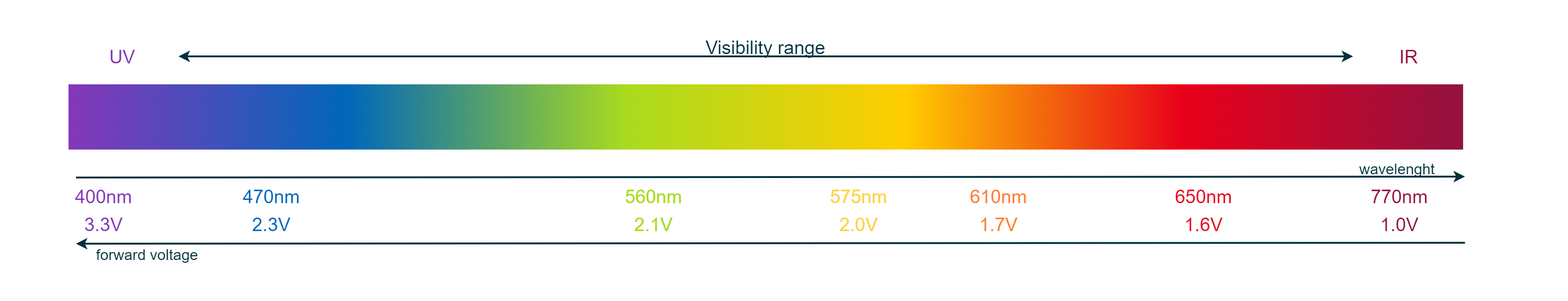
PLAY-Embedded/pe_assets keeps this draw.io diagram as draw.io/PE Articles/General knowledge/Fundamentals/A complete overview of LEDs/Wavelenght and color (PE).png. Above is the earlier version. Source tidied: cells renumbered, new cells last; positions are measured from the earlier drawing's top-left corner, leaving out a move shared by most shapes.
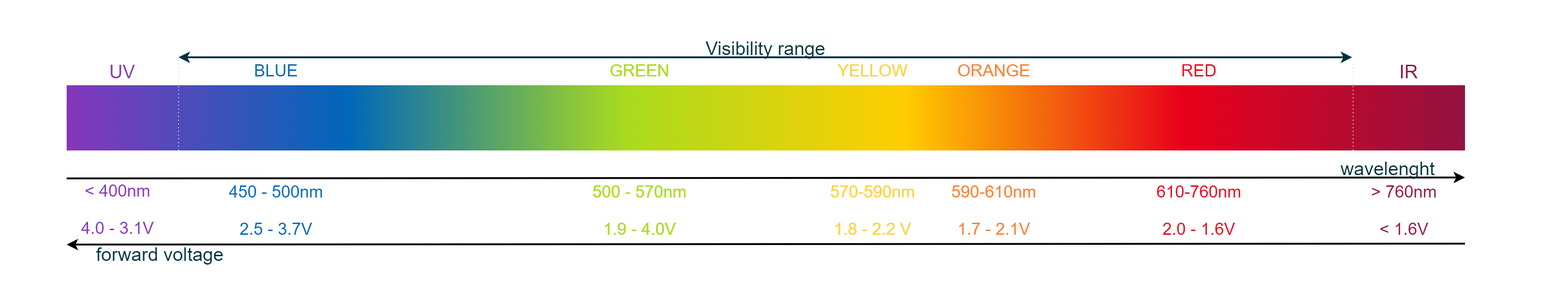
The same diagram one commit later.

Diff of the diagram source:
```diff
@@ -6,52 +6,55 @@
       <mxGeometry width="1680" height="320" as="geometry" />
     </mxCell>
     <mxCell id="3" value="&lt;font color=&quot;#8637ba&quot;&gt;UV&lt;/font&gt;" style="rounded=0;whiteSpace=wrap;html=1;strokeColor=none;strokeWidth=2;fontFamily=Arial;fontSize=20;fontColor=#101820;fillColor=none;" parent="1" vertex="1">
-      <mxGeometry x="70" y="40" width="120" height="40" as="geometry" />
+      <mxGeometry x="70" y="60" width="120" height="30" as="geometry" />
     </mxCell>
     <mxCell id="4" value="&lt;font color=&quot;#931241&quot;&gt;IR&lt;/font&gt;" style="rounded=0;whiteSpace=wrap;html=1;strokeColor=none;strokeWidth=2;fontFamily=Arial;fontSize=20;fontColor=#101820;fillColor=none;" parent="1" vertex="1">
-      <mxGeometry x="1450" y="40" width="120" height="40" as="geometry" />
+      <mxGeometry x="1450" y="60" width="120" height="30" as="geometry" />
     </mxCell>
-    <mxCell id="5" style="endArrow=classic;startArrow=classic;html=1;rounded=0;strokeColor=#00313C;strokeWidth=2;fontFamily=Arial;fontSize=20;fontColor=#101820;fillColor=#00313C;entryX=0;entryY=0.5;entryDx=0;entryDy=0;exitX=1;exitY=0.5;exitDx=0;exitDy=0;" parent="1" edge="1" source="3" target="4">
-      <mxGeometry relative="1" as="geometry" />
+    <mxCell id="5" style="endArrow=classic;startArrow=classic;html=1;rounded=0;strokeColor=#00313C;strokeWidth=2;fontFamily=Arial;fontSize=20;fontColor=#101820;fillColor=#00313C;" parent="1" edge="1">
+      <mxGeometry relative="1" as="geometry">
+        <mxPoint x="190" y="60" as="sourcePoint" />
+        <mxPoint x="1449" y="60" as="targetPoint" />
+      </mxGeometry>
     </mxCell>
     <mxCell id="6" value="Visibility range" style="rounded=0;whiteSpace=wrap;html=1;strokeColor=none;strokeWidth=2;fontFamily=Arial;fontSize=20;fontColor=#00313C;fillColor=none;" parent="1" vertex="1">
       <mxGeometry x="190" y="40" width="1260" height="20" as="geometry" />
     </mxCell>
-    <mxCell id="7" value="&lt;font color=&quot;#931241&quot;&gt;770nm&lt;/font&gt;" style="rounded=0;whiteSpace=wrap;html=1;strokeColor=none;strokeWidth=2;fontFamily=Arial;fontSize=20;fontColor=#101820;fillColor=none;" parent="1" vertex="1">
-      <mxGeometry x="1460" y="190" width="80" height="40" as="geometry" />
+    <mxCell id="7" value="&lt;font color=&quot;#931241&quot; style=&quot;font-size: 18px;&quot;&gt;&amp;gt; 760nm&lt;/font&gt;" style="rounded=0;whiteSpace=wrap;html=1;strokeColor=none;strokeWidth=2;fontFamily=Arial;fontSize=18;fontColor=#101820;fillColor=none;" parent="1" vertex="1">
+      <mxGeometry x="1450" y="190" width="110" height="30" as="geometry" />
     </mxCell>
     <mxCell id="8" style="endArrow=none;dashed=1;html=1;strokeWidth=2;rounded=0;strokeColor=#FFFFFF;fontFamily=Arial;fontSize=20;fontColor=#101820;fillColor=none;exitX=0.5;exitY=0;exitDx=0;exitDy=0;" parent="1" edge="1" source="9">
       <mxGeometry relative="1" as="geometry">
         <mxPoint x="110" y="95" as="targetPoint" />
       </mxGeometry>
     </mxCell>
-    <mxCell id="9" value="&lt;font color=&quot;#8637ba&quot;&gt;400nm&lt;/font&gt;" style="rounded=0;whiteSpace=wrap;html=1;strokeColor=none;strokeWidth=2;fontFamily=Arial;fontSize=20;fontColor=#101820;fillColor=none;" parent="1" vertex="1">
-      <mxGeometry x="70" y="190" width="80" height="40" as="geometry" />
+    <mxCell id="9" value="&lt;font color=&quot;#8637ba&quot; style=&quot;font-size: 18px;&quot;&gt;&amp;lt; 400nm&lt;/font&gt;" style="rounded=0;whiteSpace=wrap;html=1;strokeColor=none;strokeWidth=2;fontFamily=Arial;fontSize=18;fontColor=#101820;fillColor=none;" parent="1" vertex="1">
+      <mxGeometry x="70" y="189" width="110" height="30" as="geometry" />
     </mxCell>
     <mxCell id="10" style="endArrow=none;dashed=1;html=1;strokeWidth=2;rounded=0;strokeColor=#FFFFFF;fontFamily=Arial;fontSize=20;fontColor=#101820;fillColor=none;exitX=0.5;exitY=0;exitDx=0;exitDy=0;" parent="1" edge="1" source="11">
       <mxGeometry relative="1" as="geometry">
         <mxPoint x="290" y="95" as="targetPoint" />
       </mxGeometry>
     </mxCell>
-    <mxCell id="11" value="&lt;font color=&quot;#0067b9&quot;&gt;470nm&lt;/font&gt;" style="rounded=0;whiteSpace=wrap;html=1;strokeColor=none;strokeWidth=2;fontFamily=Arial;fontSize=20;fontColor=#101820;fillColor=none;" parent="1" vertex="1">
-      <mxGeometry x="250" y="190" width="80" height="40" as="geometry" />
+    <mxCell id="11" value="&lt;font color=&quot;#0067b9&quot; style=&quot;font-size: 18px;&quot;&gt;450 - 500nm&lt;/font&gt;" style="rounded=0;whiteSpace=wrap;html=1;strokeColor=none;strokeWidth=2;fontFamily=Arial;fontSize=18;fontColor=#101820;fillColor=none;" parent="1" vertex="1">
+      <mxGeometry x="240" y="190" width="110" height="30" as="geometry" />
     </mxCell>
     <mxCell id="12" style="endArrow=none;dashed=1;html=1;strokeWidth=2;rounded=0;strokeColor=#FFFFFF;fontFamily=Arial;fontSize=20;fontColor=#101820;fillColor=none;exitX=0.5;exitY=0;exitDx=0;exitDy=0;" parent="1" edge="1" source="13">
       <mxGeometry relative="1" as="geometry">
         <mxPoint x="700" y="95" as="targetPoint" />
       </mxGeometry>
     </mxCell>
-    <mxCell id="13" value="&lt;font color=&quot;#aadb1e&quot;&gt;560nm&lt;/font&gt;" style="rounded=0;whiteSpace=wrap;html=1;strokeColor=none;strokeWidth=2;fontFamily=Arial;fontSize=20;fontColor=#101820;fillColor=none;" parent="1" vertex="1">
-      <mxGeometry x="660" y="190" width="80" height="40" as="geometry" />
+    <mxCell id="13" value="&lt;font color=&quot;#aadb1e&quot; style=&quot;font-size: 18px;&quot;&gt;500 - 570nm&lt;/font&gt;" style="rounded=0;whiteSpace=wrap;html=1;strokeColor=none;strokeWidth=2;fontFamily=Arial;fontSize=18;fontColor=#101820;fillColor=none;" parent="1" vertex="1">
+      <mxGeometry x="630" y="190" width="110" height="30" as="geometry" />
     </mxCell>
-    <mxCell id="14" value="&lt;font color=&quot;#fed141&quot;&gt;575nm&lt;/font&gt;" style="rounded=0;whiteSpace=wrap;html=1;strokeColor=none;strokeWidth=2;fontFamily=Arial;fontSize=20;fontColor=#101820;fillColor=none;" parent="1" vertex="1">
-      <mxGeometry x="880" y="190" width="80" height="40" as="geometry" />
+    <mxCell id="14" value="&lt;font color=&quot;#fed141&quot; style=&quot;font-size: 18px;&quot;&gt;570-590nm&lt;/font&gt;" style="rounded=0;whiteSpace=wrap;html=1;strokeColor=none;strokeWidth=2;fontFamily=Arial;fontSize=18;fontColor=#101820;fillColor=none;" parent="1" vertex="1">
+      <mxGeometry x="880" y="190" width="110" height="30" as="geometry" />
     </mxCell>
-    <mxCell id="15" value="&lt;font color=&quot;#ff7f32&quot;&gt;610nm&lt;/font&gt;" style="rounded=0;whiteSpace=wrap;html=1;strokeColor=none;strokeWidth=2;fontFamily=Arial;fontSize=20;fontColor=#101820;fillColor=none;" parent="1" vertex="1">
-      <mxGeometry x="1030" y="190" width="80" height="40" as="geometry" />
+    <mxCell id="15" value="&lt;font color=&quot;#ff7f32&quot; style=&quot;font-size: 18px;&quot;&gt;590-610nm&lt;/font&gt;" style="rounded=0;whiteSpace=wrap;html=1;strokeColor=none;strokeWidth=2;fontFamily=Arial;fontSize=18;fontColor=#101820;fillColor=none;" parent="1" vertex="1">
+      <mxGeometry x="1010" y="190" width="110" height="30" as="geometry" />
     </mxCell>
-    <mxCell id="16" value="&lt;font color=&quot;#e8001a&quot;&gt;650nm&lt;/font&gt;" style="rounded=0;whiteSpace=wrap;html=1;strokeColor=none;strokeWidth=2;fontFamily=Arial;fontSize=20;fontColor=#101820;fillColor=none;" parent="1" vertex="1">
-      <mxGeometry x="1250" y="190" width="80" height="40" as="geometry" />
+    <mxCell id="16" value="&lt;font color=&quot;#e8001a&quot; style=&quot;font-size: 18px;&quot;&gt;610-760nm&lt;/font&gt;" style="rounded=0;whiteSpace=wrap;html=1;strokeColor=none;strokeWidth=2;fontFamily=Arial;fontSize=18;fontColor=#101820;fillColor=none;" parent="1" vertex="1">
+      <mxGeometry x="1230" y="190" width="110" height="30" as="geometry" />
     </mxCell>
     <mxCell id="17" style="endArrow=none;dashed=1;html=1;strokeWidth=2;rounded=0;strokeColor=#FFFFFF;fontFamily=Arial;fontSize=20;fontColor=#101820;fillColor=none;exitX=0.5;exitY=0;exitDx=0;exitDy=0;" parent="1" edge="1">
       <mxGeometry relative="1" as="geometry">
@@ -77,47 +80,26 @@
         <mxPoint x="920" y="95" as="targetPoint" />
       </mxGeometry>
     </mxCell>
-    <mxCell id="21" value="&lt;font color=&quot;#931241&quot;&gt;1.0V&lt;/font&gt;" style="rounded=0;whiteSpace=wrap;html=1;strokeColor=none;strokeWidth=2;fontFamily=Arial;fontSize=20;fontColor=#101820;fillColor=none;" parent="1" vertex="1">
-      <mxGeometry x="1460" y="220" width="80" height="40" as="geometry" />
-    </mxCell>
-    <mxCell id="22" value="&lt;font color=&quot;#e8001a&quot;&gt;1.6V&lt;/font&gt;" style="rounded=0;whiteSpace=wrap;html=1;strokeColor=none;strokeWidth=2;fontFamily=Arial;fontSize=20;fontColor=#101820;fillColor=none;" parent="1" vertex="1">
-      <mxGeometry x="1250" y="220" width="80" height="40" as="geometry" />
-    </mxCell>
-    <mxCell id="23" value="&lt;font color=&quot;#ff7f32&quot;&gt;1.7V&lt;/font&gt;" style="rounded=0;whiteSpace=wrap;html=1;strokeColor=none;strokeWidth=2;fontFamily=Arial;fontSize=20;fontColor=#101820;fillColor=none;" parent="1" vertex="1">
-      <mxGeometry x="1030" y="220" width="80" height="40" as="geometry" />
-    </mxCell>
-    <mxCell id="24" value="&lt;font color=&quot;#fed141&quot;&gt;2.0V&lt;/font&gt;" style="rounded=0;whiteSpace=wrap;html=1;strokeColor=none;strokeWidth=2;fontFamily=Arial;fontSize=20;fontColor=#101820;fillColor=none;" parent="1" vertex="1">
-      <mxGeometry x="880" y="220" width="80" height="40" as="geometry" />
-    </mxCell>
-    <mxCell id="25" value="&lt;font color=&quot;#aadb1e&quot;&gt;2.1V&lt;/font&gt;" style="rounded=0;whiteSpace=wrap;html=1;strokeColor=none;strokeWidth=2;fontFamily=Arial;fontSize=20;fontColor=#101820;fillColor=none;" parent="1" vertex="1">
-      <mxGeometry x="660" y="220" width="80" height="40" as="geometry" />
-    </mxCell>
-    <mxCell id="26" value="&lt;font color=&quot;#0067b9&quot;&gt;2.3V&lt;/font&gt;" style="rounded=0;whiteSpace=wrap;html=1;strokeColor=none;strokeWidth=2;fontFamily=Arial;fontSize=20;fontColor=#101820;fillColor=none;" parent="1" vertex="1">
-      <mxGeometry x="250" y="220" width="80" height="40" as="geometry" />
-    </mxCell>
-    <mxCell id="27" value="&lt;font color=&quot;#8637ba&quot;&gt;3.3V&lt;/font&gt;" style="rounded=0;whiteSpace=wrap;html=1;strokeColor=none;strokeWidth=2;fontFamily=Arial;fontSize=20;fontColor=#101820;fillColor=none;" parent="1" vertex="1">
-      <mxGeometry x="70" y="220" width="80" height="40" as="geometry" />
-    </mxCell>
-    <mxCell id="28" style="endArrow=classic;startArrow=none;html=1;rounded=0;strokeColor=#00313C;strokeWidth=2;fontFamily=Arial;fontSize=20;fontColor=#101820;fillColor=#00313C;startFill=0;" parent="1" edge="1">
+    <mxCell id="28" style="endArrow=classic;startArrow=none;html=1;rounded=0;strokeColor=default;strokeWidth=2;fontFamily=Arial;fontSize=18;fontColor=#101820;fillColor=#00313C;startFill=0;" parent="1" edge="1">
       <mxGeometry relative="1" as="geometry">
-        <mxPoint x="80" y="190" as="sourcePoint" />
+        <mxPoint x="70" y="190" as="sourcePoint" />
         <mxPoint x="1570" y="189" as="targetPoint" />
       </mxGeometry>
     </mxCell>
-    <mxCell id="29" value="&lt;font style=&quot;font-size: 16px;&quot;&gt;wavelenght&lt;/font&gt;" style="rounded=0;whiteSpace=wrap;html=1;strokeColor=none;strokeWidth=2;fontFamily=Arial;fontSize=20;fontColor=#00313C;fillColor=none;align=right;" parent="1" vertex="1">
+    <mxCell id="29" value="&lt;font style=&quot;font-size: 20px;&quot;&gt;wavelenght&lt;/font&gt;" style="rounded=0;whiteSpace=wrap;html=1;strokeColor=none;strokeWidth=2;fontFamily=Arial;fontSize=20;fontColor=#00313C;fillColor=none;align=right;" parent="1" vertex="1">
       <mxGeometry x="1350" y="169" width="190" height="20" as="geometry" />
     </mxCell>
-    <mxCell id="30" style="endArrow=none;startArrow=classic;html=1;rounded=0;strokeColor=#00313C;strokeWidth=2;fontFamily=Arial;fontSize=20;fontColor=#101820;fillColor=#00313C;startFill=1;endFill=0;" parent="1" edge="1">
+    <mxCell id="30" style="endArrow=none;startArrow=classic;html=1;rounded=0;strokeColor=default;strokeWidth=2;fontFamily=Arial;fontSize=18;fontColor=#101820;fillColor=#00313C;startFill=1;endFill=0;" parent="1" edge="1">
       <mxGeometry relative="1" as="geometry">
-        <mxPoint x="80" y="261" as="sourcePoint" />
+        <mxPoint x="70" y="261" as="sourcePoint" />
         <mxPoint x="1570" y="260" as="targetPoint" />
       </mxGeometry>
     </mxCell>
-    <mxCell id="31" value="&lt;font style=&quot;font-size: 16px;&quot;&gt;forward voltage&lt;/font&gt;" style="rounded=0;whiteSpace=wrap;html=1;strokeColor=none;strokeWidth=2;fontFamily=Arial;fontSize=20;fontColor=#00313C;fillColor=none;align=left;" parent="1" vertex="1">
+    <mxCell id="31" value="&lt;font style=&quot;font-size: 20px;&quot;&gt;forward voltage&lt;/font&gt;" style="rounded=0;whiteSpace=wrap;html=1;strokeColor=none;strokeWidth=2;fontFamily=Arial;fontSize=20;fontColor=#00313C;fillColor=none;align=left;" parent="1" vertex="1">
       <mxGeometry x="100" y="261" width="195" height="20" as="geometry" />
     </mxCell>
     <mxCell id="32" style="rounded=0;whiteSpace=wrap;html=1;strokeColor=none;strokeWidth=2;fontFamily=Arial;fontSize=20;fontColor=#101820;fillColor=#8637BA;gradientColor=#0067B9;gradientDirection=east;" parent="1" vertex="1">
-      <mxGeometry x="72" y="90" width="300" height="70" as="geometry" />
+      <mxGeometry x="70" y="90" width="302" height="70" as="geometry" />
     </mxCell>
     <mxCell id="33" style="rounded=0;whiteSpace=wrap;html=1;strokeColor=none;strokeWidth=2;fontFamily=Arial;fontSize=20;fontColor=#101820;fillColor=#0067B9;gradientColor=#AADB1E;gradientDirection=east;" parent="1" vertex="1">
       <mxGeometry x="371" y="90" width="300" height="70" as="geometry" />
@@ -129,7 +111,54 @@
       <mxGeometry x="969" y="90" width="300" height="70" as="geometry" />
     </mxCell>
     <mxCell id="36" style="rounded=0;whiteSpace=wrap;html=1;strokeColor=none;strokeWidth=2;fontFamily=Arial;fontSize=20;fontColor=#101820;fillColor=#E8001A;gradientColor=#931241;gradientDirection=east;" parent="1" vertex="1">
-      <mxGeometry x="1268" y="90" width="300" height="70" as="geometry" />
+      <mxGeometry x="1268" y="90" width="302" height="70" as="geometry" />
     </mxCell>
+    <mxCell id="37" value="&lt;font color=&quot;#931241&quot; style=&quot;font-size: 18px;&quot;&gt;&amp;lt; 1.6V&lt;/font&gt;" style="rounded=0;whiteSpace=wrap;html=1;strokeColor=none;strokeWidth=2;fontFamily=Arial;fontSize=18;fontColor=#101820;fillColor=none;" parent="1" vertex="1">
+      <mxGeometry x="1450" y="230" width="110" height="30" as="geometry" />
+    </mxCell>
+    <mxCell id="38" value="&lt;font color=&quot;#8637ba&quot; style=&quot;font-size: 18px;&quot;&gt;4.0 - 3.1V&lt;/font&gt;" style="rounded=0;whiteSpace=wrap;html=1;strokeColor=none;strokeWidth=2;fontFamily=Arial;fontSize=18;fontColor=#101820;fillColor=none;" parent="1" vertex="1">
+      <mxGeometry x="70" y="229" width="110" height="30" as="geometry" />
+    </mxCell>
+    <mxCell id="39" value="&lt;font color=&quot;#0067b9&quot; style=&quot;font-size: 18px;&quot;&gt;2.5 - 3.7V&lt;/font&gt;" style="rounded=0;whiteSpace=wrap;html=1;strokeColor=none;strokeWidth=2;fontFamily=Arial;fontSize=18;fontColor=#101820;fillColor=none;" parent="1" vertex="1">
+      <mxGeometry x="240" y="230" width="110" height="30" as="geometry" />
+    </mxCell>
+    <mxCell id="40" value="&lt;font color=&quot;#aadb1e&quot; style=&quot;font-size: 18px;&quot;&gt;1.9 - 4.0V&lt;/font&gt;" style="rounded=0;whiteSpace=wrap;html=1;strokeColor=none;strokeWidth=2;fontFamily=Arial;fontSize=18;fontColor=#101820;fillColor=none;" parent="1" vertex="1">
+      <mxGeometry x="630" y="230" width="110" height="30" as="geometry" />
+    </mxCell>
+    <mxCell id="41" value="&lt;font color=&quot;#fed141&quot; style=&quot;font-size: 18px;&quot;&gt;1.8 - 2.2 V&lt;/font&gt;" style="rounded=0;whiteSpace=wrap;html=1;strokeColor=none;strokeWidth=2;fontFamily=Arial;fontSize=18;fontColor=#101820;fillColor=none;" parent="1" vertex="1">
+      <mxGeometry x="880" y="230" width="110" height="30" as="geometry" />
+    </mxCell>
+    <mxCell id="42" value="&lt;font color=&quot;#ff7f32&quot; style=&quot;font-size: 18px;&quot;&gt;1.7 - 2.1V&lt;/font&gt;" style="rounded=0;whiteSpace=wrap;html=1;strokeColor=none;strokeWidth=2;fontFamily=Arial;fontSize=18;fontColor=#101820;fillColor=none;" parent="1" vertex="1">
+      <mxGeometry x="1010" y="230" width="110" height="30" as="geometry" />
+    </mxCell>
+    <mxCell id="43" value="&lt;font color=&quot;#e8001a&quot; style=&quot;font-size: 18px;&quot;&gt;2.0 - 1.6V&lt;/font&gt;" style="rounded=0;whiteSpace=wrap;html=1;strokeColor=none;strokeWidth=2;fontFamily=Arial;fontSize=18;fontColor=#101820;fillColor=none;" parent="1" vertex="1">
+      <mxGeometry x="1230" y="230" width="110" height="30" as="geometry" />
+    </mxCell>
+    <mxCell id="44" value="&lt;font color=&quot;#0067b9&quot; style=&quot;font-size: 18px;&quot;&gt;BLUE&lt;/font&gt;" style="rounded=0;whiteSpace=wrap;html=1;strokeColor=none;strokeWidth=2;fontFamily=Arial;fontSize=18;fontColor=#101820;fillColor=none;" parent="1" vertex="1">
+      <mxGeometry x="240" y="60" width="110" height="30" as="geometry" />
+    </mxCell>
+    <mxCell id="45" value="&lt;font color=&quot;#aadb1e&quot; style=&quot;font-size: 18px;&quot;&gt;GREEN&lt;/font&gt;" style="rounded=0;whiteSpace=wrap;html=1;strokeColor=none;strokeWidth=2;fontFamily=Arial;fontSize=18;fontColor=#101820;fillColor=none;" parent="1" vertex="1">
+      <mxGeometry x="630" y="60" width="110" height="30" as="geometry" />
+    </mxCell>
+    <mxCell id="46" value="&lt;font color=&quot;#fed141&quot; style=&quot;font-size: 18px;&quot;&gt;YELLOW&lt;/font&gt;" style="rounded=0;whiteSpace=wrap;html=1;strokeColor=none;strokeWidth=2;fontFamily=Arial;fontSize=18;fontColor=#101820;fillColor=none;" parent="1" vertex="1">
+      <mxGeometry x="880" y="60" width="110" height="30" as="geometry" />
+    </mxCell>
+    <mxCell id="47" value="&lt;font color=&quot;#ff7f32&quot; style=&quot;font-size: 18px;&quot;&gt;ORANGE&lt;/font&gt;" style="rounded=0;whiteSpace=wrap;html=1;strokeColor=none;strokeWidth=2;fontFamily=Arial;fontSize=18;fontColor=#101820;fillColor=none;" parent="1" vertex="1">
+      <mxGeometry x="1010" y="60" width="110" height="30" as="geometry" />
+    </mxCell>
+    <mxCell id="48" value="&lt;font color=&quot;#e8001a&quot; style=&quot;font-size: 18px;&quot;&gt;RED&lt;/font&gt;" style="rounded=0;whiteSpace=wrap;html=1;strokeColor=none;strokeWidth=2;fontFamily=Arial;fontSize=18;fontColor=#101820;fillColor=none;" parent="1" vertex="1">
+      <mxGeometry x="1230" y="60" width="110" height="30" as="geometry" />
+    </mxCell>
+    <mxCell id="49" style="endArrow=none;dashed=1;html=1;dashPattern=1 3;strokeWidth=1;rounded=0;strokeColor=#D8E0E1;fontFamily=Arial;fontSize=20;fontColor=#D8E0E1;fillColor=none;entryX=1;entryY=0;entryDx=0;entryDy=0;" parent="1" edge="1" target="3">
+      <mxGeometry relative="1" as="geometry">
+        <mxPoint x="190" y="160" as="sourcePoint" />
+      </mxGeometry>
+    </mxCell>
+    <mxCell id="50" style="endArrow=none;dashed=1;html=1;dashPattern=1 3;strokeWidth=1;rounded=0;strokeColor=#D8E0E1;fontFamily=Arial;fontSize=20;fontColor=#D8E0E1;fillColor=none;entryX=1;entryY=0;entryDx=0;entryDy=0;" parent="1" edge="1">
+      <mxGeometry relative="1" as="geometry">
+        <mxPoint x="1450" y="160" as="sourcePoint" />
+        <mxPoint x="1450" y="60" as="targetPoint" />
+      </mxGeometry>
+    </mxCell>
   </root>
 </mxGraphModel>
```
